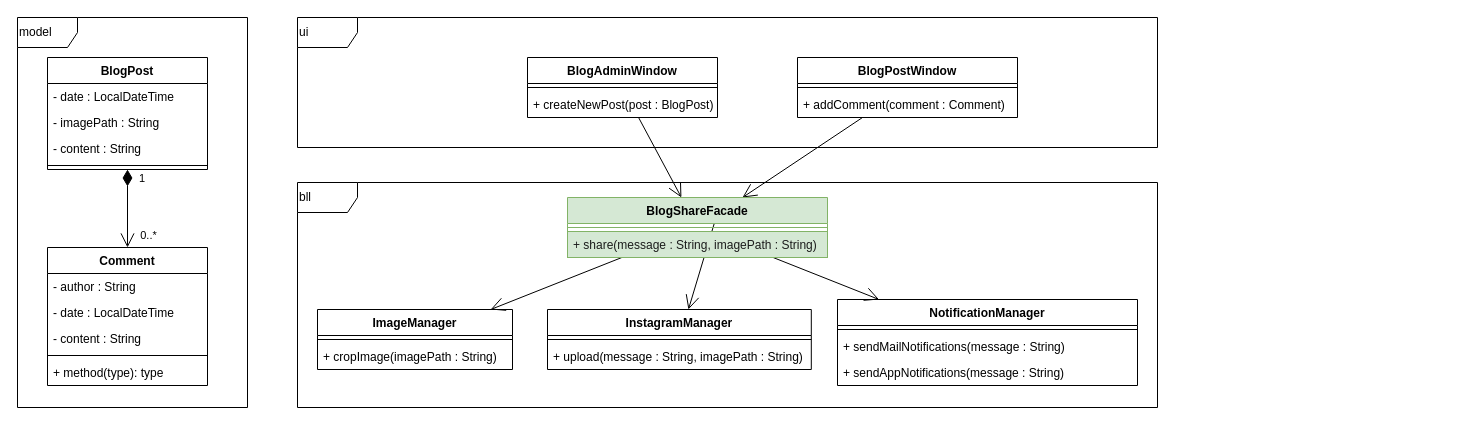
The draw.io diagram page "solution" (2 of 2) of doc/CD.drawio in tboulund-sde/FacadeExample, before the edit. Source tidied: cells renumbered, new cells numbered last; positions are measured from the earlier drawing's top-left corner, leaving out a move shared by most shapes. Both pictures are drawn from the tidied source at 100%, with x=0, y=0 at pixel (17, 17).
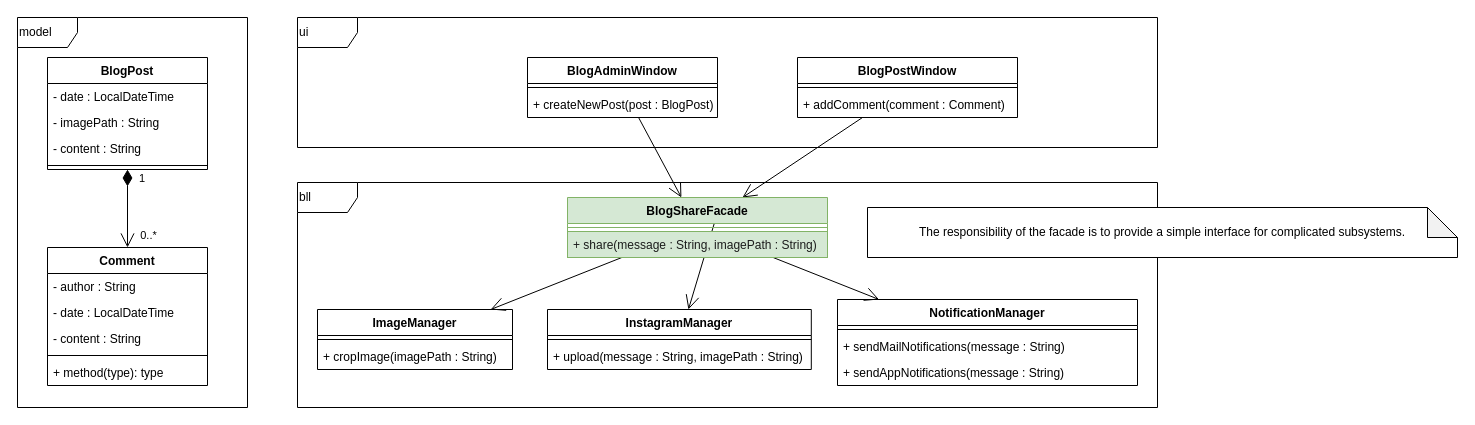
The same diagram, later.

Change to the diagram source:
```diff
@@
+    <mxCell id="42" value="The responsibility of the facade is to provide a simple interface for complicated subsystems." style="shape=note;whiteSpace=wrap;html=1;backgroundOutline=1;darkOpacity=0.05;" parent="1" vertex="1">
+      <mxGeometry x="850" y="190" width="590" height="50" as="geometry" />
+    </mxCell>
```
